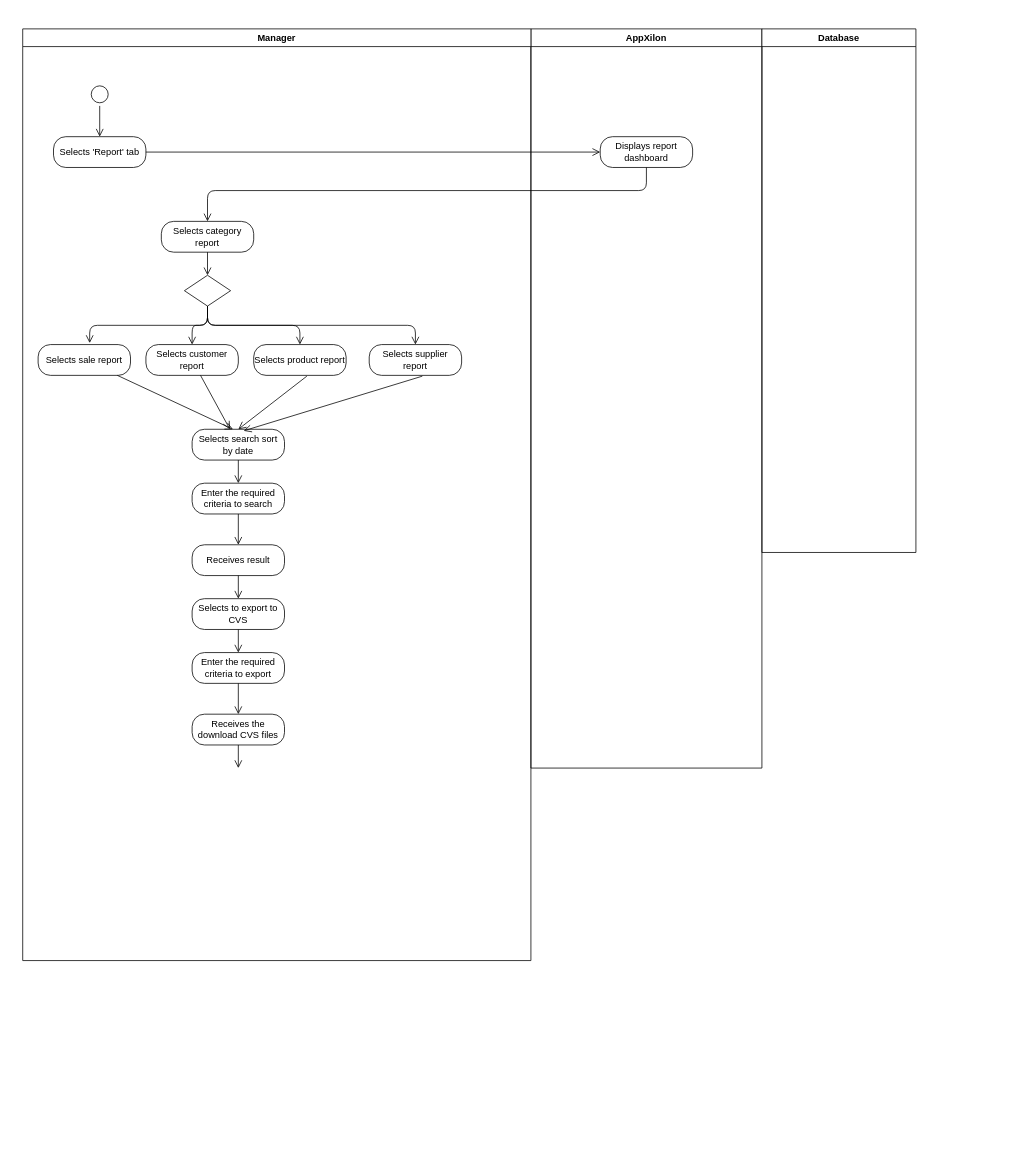
Above: activity-diagram.drawio in syazwanirahimin/UML-Diagram (draw.io), before the change. Source tidied: cells renumbered, new cells numbered last; positions are measured from the earlier drawing's top-left corner, leaving out a move shared by most shapes. Both pictures are drawn from the tidied source at 77%, with x=0, y=0 at pixel (22, 28).
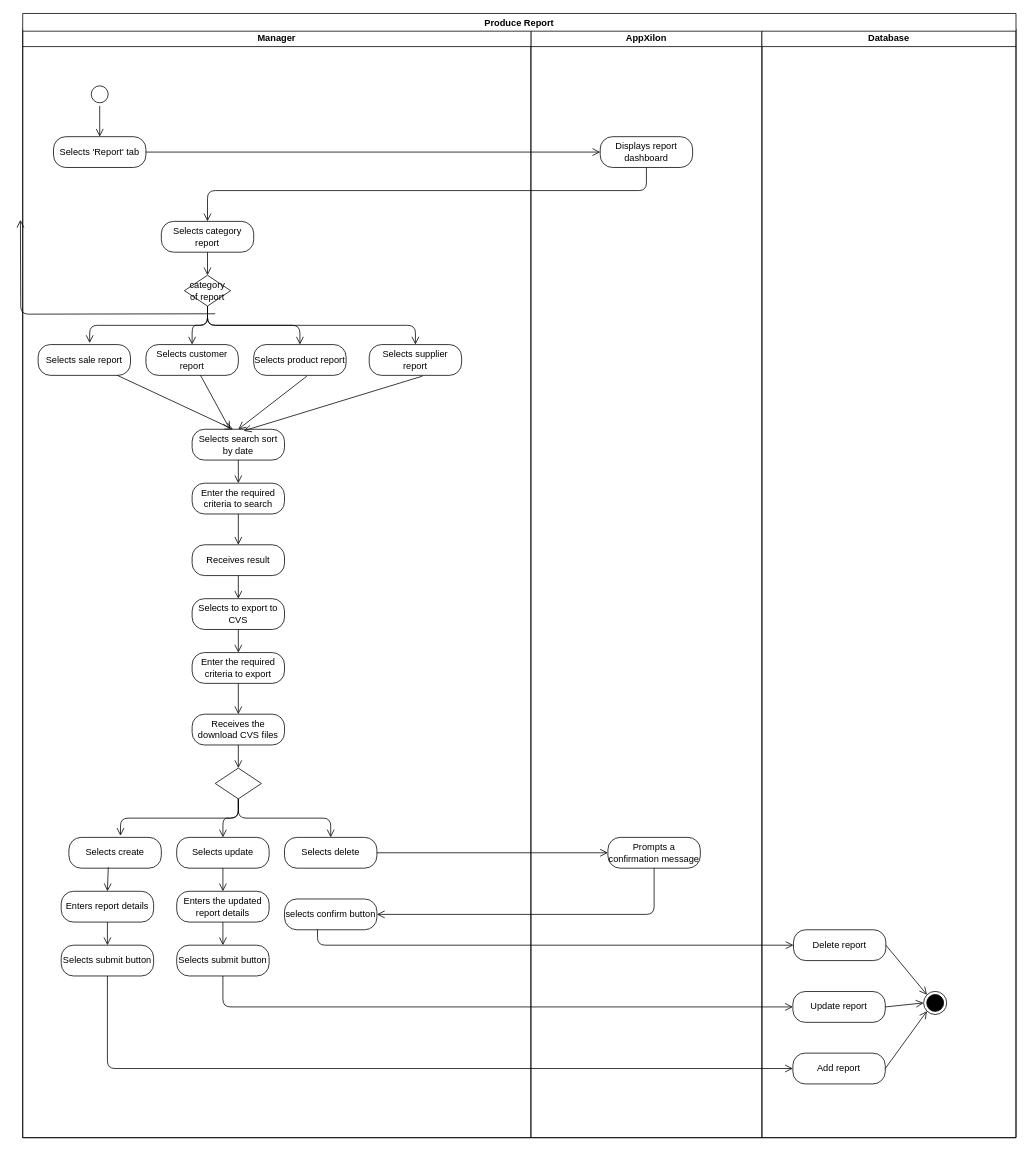
Above is the later version.

Unchanged cells that the change refers to:
```xml
<mxCell id="35" value="Receives the download CVS files" style="rounded=1;whiteSpace=wrap;html=1;arcSize=40;fontColor=#000000;fillColor=#FFFFFF;" parent="1" vertex="1">
  <mxGeometry x="220" y="890" width="120" height="40" as="geometry" />
</mxCell>
```

What changed in the source:
```diff
@@
     <mxCell id="2" value="AppXilon" style="swimlane;" parent="1" vertex="1">
-      <mxGeometry x="660" width="300" height="960" as="geometry" />
+      <mxGeometry x="660" width="300" height="1440" as="geometry" />
     </mxCell>
@@
+    <mxCell id="38" value="Prompts a confirmation message" style="rounded=1;whiteSpace=wrap;html=1;arcSize=40;fontColor=#000000;fillColor=#FFFFFF;" parent="2" vertex="1">
+      <mxGeometry x="100" y="1050" width="120" height="40" as="geometry" />
+    </mxCell>
     <mxCell id="4" value="Manager" style="swimlane;fillColor=#FFFFFF;" parent="1" vertex="1">
-      <mxGeometry width="660" height="1210" as="geometry" />
+      <mxGeometry width="660" height="1440" as="geometry" />
     </mxCell>
@@
-    <mxCell id="10" style="rhombus;whiteSpace=wrap;html=1;" parent="4" vertex="1">
+    <mxCell id="10" value="category of report" style="rhombus;whiteSpace=wrap;html=1;" parent="4" vertex="1">
       <mxGeometry x="210" y="320" width="60" height="40" as="geometry" />
     </mxCell>
@@
+    <mxCell id="39" value="Enters the updated report details" style="rounded=1;whiteSpace=wrap;html=1;arcSize=40;fontColor=#000000;fillColor=#FFFFFF;" parent="4" vertex="1">
+      <mxGeometry x="200" y="1120" width="120" height="40" as="geometry" />
+    </mxCell>
+    <mxCell id="40" value="selects confirm button" style="rounded=1;whiteSpace=wrap;html=1;arcSize=40;fontColor=#000000;fillColor=#FFFFFF;" parent="4" vertex="1">
+      <mxGeometry x="340" y="1130" width="120" height="40" as="geometry" />
+    </mxCell>
+    <mxCell id="41" value="Selects submit button" style="rounded=1;whiteSpace=wrap;html=1;arcSize=40;fontColor=#000000;fillColor=#FFFFFF;" parent="4" vertex="1">
+      <mxGeometry x="50" y="1190" width="120" height="40" as="geometry" />
+    </mxCell>
     <mxCell id="17" value="Database" style="swimlane;" parent="1" vertex="1">
-      <mxGeometry x="960" width="200" height="680" as="geometry" />
+      <mxGeometry x="960" width="330" height="1440" as="geometry" />
     </mxCell>
+    <mxCell id="42" value="Update report" style="rounded=1;whiteSpace=wrap;html=1;arcSize=40;fontColor=#000000;fillColor=#FFFFFF;" parent="17" vertex="1">
+      <mxGeometry x="40.2" y="1250.2" width="120" height="40" as="geometry" />
+    </mxCell>
+    <mxCell id="43" style="ellipse;html=1;shape=endState;fillColor=#000000;" parent="17" vertex="1">
+      <mxGeometry x="210" y="1250" width="30" height="30" as="geometry" />
+    </mxCell>
+    <mxCell id="44" style="html=1;verticalAlign=bottom;endArrow=open;endSize=8;exitX=1;exitY=0.5;exitDx=0;exitDy=0;entryX=0;entryY=0.5;entryDx=0;entryDy=0;" parent="17" edge="1" source="42" target="43">
+      <mxGeometry relative="1" as="geometry" />
+    </mxCell>
+    <mxCell id="45" value="Produce Report" style="swimlane;strokeColor=#000000;" parent="17" vertex="1">
+      <mxGeometry x="-960" y="-20" width="1290" height="1460" as="geometry" />
+    </mxCell>
@@
-    <mxCell id="36" style="html=1;verticalAlign=bottom;endArrow=open;endSize=8;entryX=0.5;entryY=0;entryDx=0;entryDy=0;" parent="1" edge="1" source="35">
-      <mxGeometry relative="1" as="geometry">
-        <mxPoint x="280" y="960" as="targetPoint" />
-      </mxGeometry>
+    <mxCell id="36" style="html=1;verticalAlign=bottom;endArrow=open;endSize=8;entryX=0.5;entryY=0;entryDx=0;entryDy=0;" parent="1" edge="1" source="35" target="47">
+      <mxGeometry relative="1" as="geometry" />
     </mxCell>
@@
+    <mxCell id="46" style="edgeStyle=orthogonalEdgeStyle;html=1;verticalAlign=bottom;endArrow=open;endSize=8;exitX=0.5;exitY=1;exitDx=0;exitDy=0;" parent="1" edge="1">
+      <mxGeometry relative="1" as="geometry">
+        <mxPoint x="250" y="370" as="sourcePoint" />
+        <mxPoint x="-3" y="248" as="targetPoint" />
+      </mxGeometry>
+    </mxCell>
+    <mxCell id="47" style="rhombus;whiteSpace=wrap;html=1;" parent="1" vertex="1">
+      <mxGeometry x="250" y="960" width="60" height="40" as="geometry" />
+    </mxCell>
+    <mxCell id="48" value="Selects delete" style="rounded=1;whiteSpace=wrap;html=1;arcSize=40;fontColor=#000000;fillColor=#FFFFFF;" parent="1" vertex="1">
+      <mxGeometry x="340" y="1050" width="120" height="40" as="geometry" />
+    </mxCell>
+    <mxCell id="49" style="edgeStyle=orthogonalEdgeStyle;html=1;verticalAlign=bottom;endArrow=open;endSize=8;exitX=0.5;exitY=1;exitDx=0;exitDy=0;" parent="1" edge="1" source="47" target="48">
+      <mxGeometry relative="1" as="geometry" />
+    </mxCell>
+    <mxCell id="50" value="Selects create" style="rounded=1;whiteSpace=wrap;html=1;arcSize=40;fontColor=#000000;fillColor=#FFFFFF;" parent="1" vertex="1">
+      <mxGeometry x="60" y="1050" width="120" height="40" as="geometry" />
+    </mxCell>
+    <mxCell id="51" value="Selects update" style="rounded=1;whiteSpace=wrap;html=1;arcSize=40;fontColor=#000000;fillColor=#FFFFFF;" parent="1" vertex="1">
+      <mxGeometry x="200" y="1050" width="120" height="40" as="geometry" />
+    </mxCell>
+    <mxCell id="52" style="edgeStyle=orthogonalEdgeStyle;html=1;verticalAlign=bottom;endArrow=open;endSize=8;exitX=0.5;exitY=1;exitDx=0;exitDy=0;entryX=0.558;entryY=-0.05;entryDx=0;entryDy=0;entryPerimeter=0;" parent="1" edge="1" source="47" target="50">
+      <mxGeometry relative="1" as="geometry" />
+    </mxCell>
+    <mxCell id="53" style="edgeStyle=orthogonalEdgeStyle;html=1;verticalAlign=bottom;endArrow=open;endSize=8;exitX=0.5;exitY=1;exitDx=0;exitDy=0;entryX=0.5;entryY=0;entryDx=0;entryDy=0;" parent="1" edge="1" source="47" target="51">
+      <mxGeometry relative="1" as="geometry" />
+    </mxCell>
+    <mxCell id="54" style="html=1;verticalAlign=bottom;endArrow=open;endSize=8;entryX=0.5;entryY=0;entryDx=0;entryDy=0;exitX=0.426;exitY=0.975;exitDx=0;exitDy=0;exitPerimeter=0;" parent="1" edge="1" source="50" target="55">
+      <mxGeometry relative="1" as="geometry" />
+    </mxCell>
+    <mxCell id="55" value="Enters report details" style="rounded=1;whiteSpace=wrap;html=1;arcSize=40;fontColor=#000000;fillColor=#FFFFFF;" parent="1" vertex="1">
+      <mxGeometry x="50" y="1120" width="120" height="40" as="geometry" />
+    </mxCell>
+    <mxCell id="56" style="html=1;verticalAlign=bottom;endArrow=open;endSize=8;" parent="1" edge="1" source="55" target="41">
+      <mxGeometry relative="1" as="geometry" />
+    </mxCell>
+    <mxCell id="57" style="html=1;verticalAlign=bottom;endArrow=open;endSize=8;" parent="1" edge="1" source="48" target="38">
+      <mxGeometry relative="1" as="geometry" />
+    </mxCell>
+    <mxCell id="58" style="html=1;verticalAlign=bottom;endArrow=open;endSize=8;entryX=1;entryY=0.5;entryDx=0;entryDy=0;edgeStyle=orthogonalEdgeStyle;" parent="1" edge="1" source="38" target="40">
+      <mxGeometry relative="1" as="geometry">
+        <Array as="points">
+          <mxPoint x="820" y="1150" />
+        </Array>
+      </mxGeometry>
+    </mxCell>
+    <mxCell id="59" style="html=1;verticalAlign=bottom;endArrow=open;endSize=8;entryX=0.5;entryY=0;entryDx=0;entryDy=0;exitX=0.5;exitY=1;exitDx=0;exitDy=0;" parent="1" edge="1" source="51" target="39">
+      <mxGeometry relative="1" as="geometry" />
+    </mxCell>
+    <mxCell id="60" value="Selects submit button" style="rounded=1;whiteSpace=wrap;html=1;arcSize=40;fontColor=#000000;fillColor=#FFFFFF;" parent="1" vertex="1">
+      <mxGeometry x="200" y="1190" width="120" height="40" as="geometry" />
+    </mxCell>
+    <mxCell id="61" value="Delete report" style="rounded=1;whiteSpace=wrap;html=1;arcSize=40;fontColor=#000000;fillColor=#FFFFFF;" parent="1" vertex="1">
+      <mxGeometry x="1001" y="1170" width="120" height="40" as="geometry" />
+    </mxCell>
+    <mxCell id="62" style="html=1;verticalAlign=bottom;endArrow=open;endSize=8;" parent="1" edge="1" source="39" target="60">
+      <mxGeometry relative="1" as="geometry" />
+    </mxCell>
+    <mxCell id="63" style="html=1;verticalAlign=bottom;endArrow=open;endSize=8;exitX=0.357;exitY=0.996;exitDx=0;exitDy=0;exitPerimeter=0;entryX=0;entryY=0.5;entryDx=0;entryDy=0;edgeStyle=orthogonalEdgeStyle;" parent="1" edge="1" source="40" target="61">
+      <mxGeometry relative="1" as="geometry" />
+    </mxCell>
+    <mxCell id="64" value="Add report" style="rounded=1;whiteSpace=wrap;html=1;arcSize=40;fontColor=#000000;fillColor=#FFFFFF;" parent="1" vertex="1">
+      <mxGeometry x="1000.2" y="1330.2" width="120" height="40" as="geometry" />
+    </mxCell>
+    <mxCell id="65" style="html=1;verticalAlign=bottom;endArrow=open;endSize=8;exitX=0.5;exitY=1;exitDx=0;exitDy=0;entryX=0;entryY=0.5;entryDx=0;entryDy=0;edgeStyle=orthogonalEdgeStyle;" parent="1" edge="1" source="41" target="64">
+      <mxGeometry relative="1" as="geometry" />
+    </mxCell>
+    <mxCell id="66" style="html=1;verticalAlign=bottom;endArrow=open;endSize=8;exitX=0.5;exitY=1;exitDx=0;exitDy=0;entryX=0;entryY=0.5;entryDx=0;entryDy=0;edgeStyle=orthogonalEdgeStyle;" parent="1" edge="1" source="60" target="42">
+      <mxGeometry relative="1" as="geometry" />
+    </mxCell>
+    <mxCell id="67" style="html=1;verticalAlign=bottom;endArrow=open;endSize=8;exitX=1;exitY=0.5;exitDx=0;exitDy=0;entryX=0;entryY=0;entryDx=0;entryDy=0;" parent="1" edge="1" source="61" target="43">
+      <mxGeometry relative="1" as="geometry" />
+    </mxCell>
+    <mxCell id="68" style="html=1;verticalAlign=bottom;endArrow=open;endSize=8;exitX=1;exitY=0.5;exitDx=0;exitDy=0;entryX=0;entryY=1;entryDx=0;entryDy=0;" parent="1" edge="1" source="64" target="43">
+      <mxGeometry relative="1" as="geometry" />
+    </mxCell>
```
